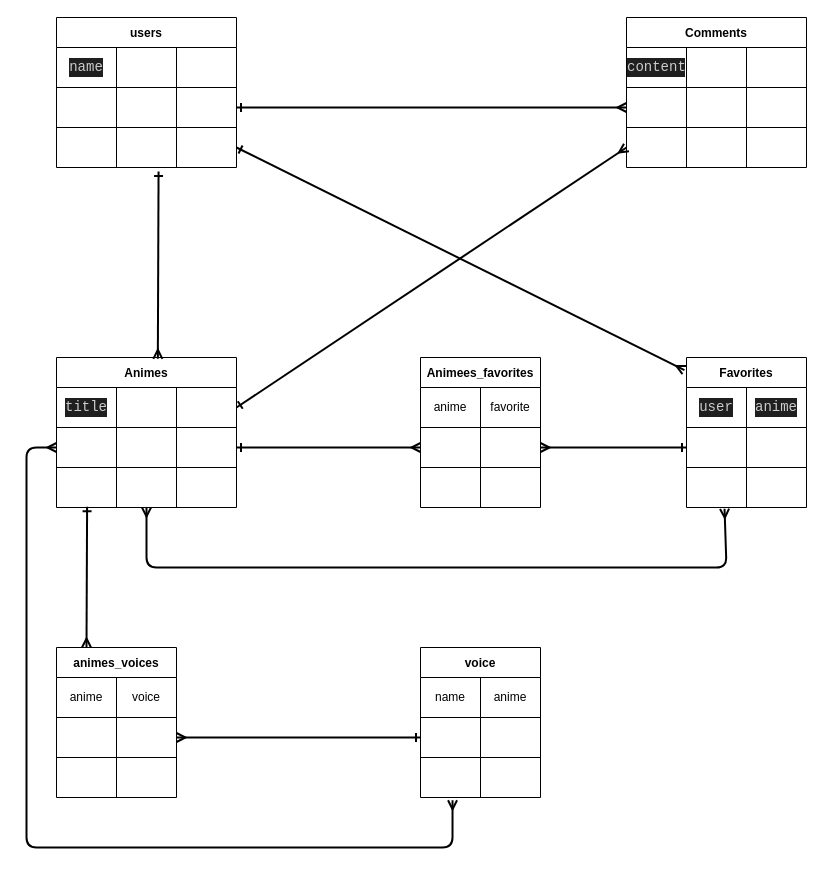
Before: ER図.dio in meccheruda/Anime_companion, a draw.io diagram. Source tidied: cells renumbered, new cells numbered last; positions are measured from the earlier drawing's top-left corner, leaving out a move shared by most shapes. Both pictures are drawn from the tidied source at 100%, with x=0, y=0 at pixel (26, 17).
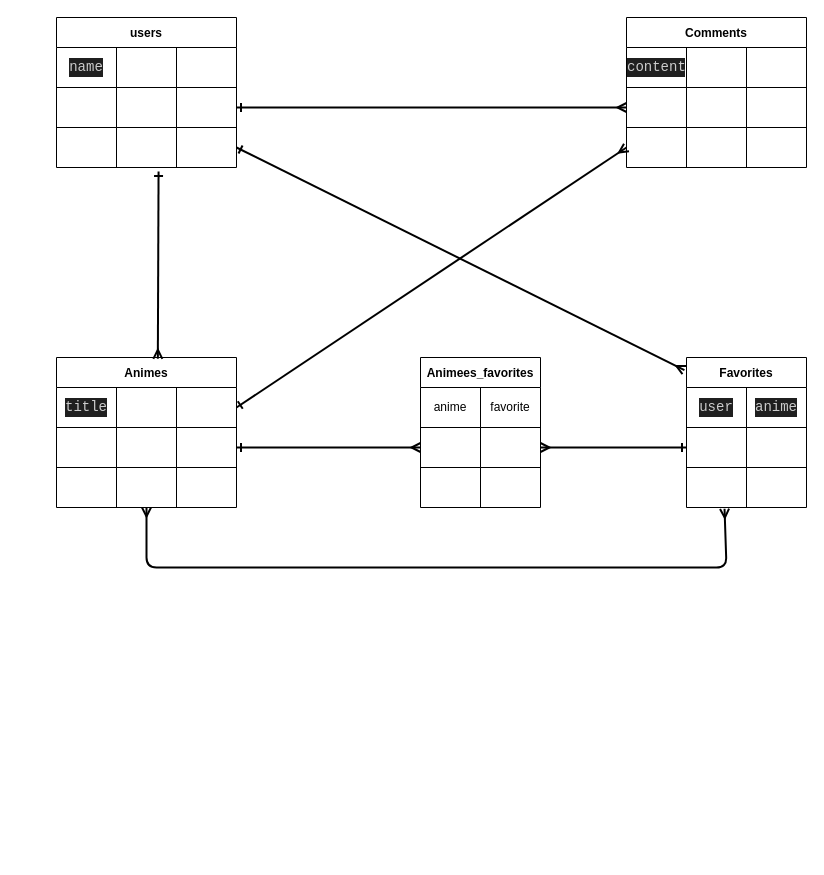
The same diagram, later.

The change refers to these unchanged cells:
```xml
<mxCell id="20" style="shape=tableRow;horizontal=0;startSize=0;swimlaneHead=0;swimlaneBody=0;top=0;left=0;bottom=0;right=0;fillColor=none;points=[[0,0.5],[1,0.5]];portConstraint=eastwest;" parent="15" vertex="1">
  <mxGeometry y="70" width="180" height="40" as="geometry" />
</mxCell>
<mxCell id="24" style="shape=tableRow;horizontal=0;startSize=0;swimlaneHead=0;swimlaneBody=0;top=0;left=0;bottom=0;right=0;fillColor=none;points=[[0,0.5],[1,0.5]];portConstraint=eastwest;" parent="15" vertex="1">
  <mxGeometry y="110" width="180" height="40" as="geometry" />
</mxCell>
```

Diff of the diagram source:
```diff
@@
-    <mxCell id="68" value="voice" style="shape=table;startSize=30;childLayout=tableLayout;fontStyle=1;align=center;" parent="1" vertex="1">
-      <mxGeometry x="394" y="630" width="120" height="150" as="geometry" />
-    </mxCell>
-    <mxCell id="69" style="shape=tableRow;horizontal=0;startSize=0;swimlaneHead=0;swimlaneBody=0;top=0;left=0;bottom=0;right=0;fillColor=none;" parent="68" vertex="1">
-      <mxGeometry y="30" width="120" height="40" as="geometry" />
-    </mxCell>
-    <mxCell id="70" value="name" style="shape=partialRectangle;html=1;whiteSpace=wrap;fillColor=none;top=0;left=0;bottom=0;right=0;overflow=hidden;" parent="69" vertex="1">
-      <mxGeometry width="60" height="40" as="geometry" />
-    </mxCell>
-    <mxCell id="71" value="anime" style="shape=partialRectangle;html=1;whiteSpace=wrap;fillColor=none;top=0;left=0;bottom=0;right=0;overflow=hidden;" parent="69" vertex="1">
-      <mxGeometry x="60" width="60" height="40" as="geometry" />
-    </mxCell>
-    <mxCell id="72" style="shape=tableRow;horizontal=0;startSize=0;swimlaneHead=0;swimlaneBody=0;top=0;left=0;bottom=0;right=0;fillColor=none;points=[[0,0.5],[1,0.5]];portConstraint=eastwest;" parent="68" vertex="1">
-      <mxGeometry y="70" width="120" height="40" as="geometry" />
-    </mxCell>
-    <mxCell id="73" style="shape=partialRectangle;html=1;whiteSpace=wrap;fillColor=none;top=0;left=0;bottom=0;right=0;overflow=hidden;" parent="72" vertex="1">
-      <mxGeometry width="60" height="40" as="geometry" />
-    </mxCell>
-    <mxCell id="74" style="shape=partialRectangle;html=1;whiteSpace=wrap;fillColor=none;top=0;left=0;bottom=0;right=0;overflow=hidden;" parent="72" vertex="1">
-      <mxGeometry x="60" width="60" height="40" as="geometry" />
-    </mxCell>
-    <mxCell id="75" style="shape=tableRow;horizontal=0;startSize=0;swimlaneHead=0;swimlaneBody=0;top=0;left=0;bottom=0;right=0;fillColor=none;points=[[0,0.5],[1,0.5]];portConstraint=eastwest;" parent="68" vertex="1">
-      <mxGeometry y="110" width="120" height="40" as="geometry" />
-    </mxCell>
-    <mxCell id="76" style="shape=partialRectangle;html=1;whiteSpace=wrap;fillColor=none;top=0;left=0;bottom=0;right=0;overflow=hidden;" parent="75" vertex="1">
-      <mxGeometry width="60" height="40" as="geometry" />
-    </mxCell>
-    <mxCell id="77" style="shape=partialRectangle;html=1;whiteSpace=wrap;fillColor=none;top=0;left=0;bottom=0;right=0;overflow=hidden;" parent="75" vertex="1">
-      <mxGeometry x="60" width="60" height="40" as="geometry" />
-    </mxCell>
-    <mxCell id="78" style="edgeStyle=none;html=1;exitX=0.25;exitY=0;exitDx=0;exitDy=0;entryX=0.17;entryY=0.983;entryDx=0;entryDy=0;entryPerimeter=0;strokeWidth=2;startArrow=ERmany;startFill=0;endArrow=ERone;endFill=0;" parent="1" edge="1" source="79" target="24">
-      <mxGeometry relative="1" as="geometry" />
-    </mxCell>
-    <mxCell id="79" value="animes_voices" style="shape=table;startSize=30;childLayout=tableLayout;fontStyle=1;align=center;" parent="1" vertex="1">
-      <mxGeometry x="30" y="630" width="120" height="150" as="geometry" />
-    </mxCell>
-    <mxCell id="80" style="shape=tableRow;horizontal=0;startSize=0;swimlaneHead=0;swimlaneBody=0;top=0;left=0;bottom=0;right=0;fillColor=none;" parent="79" vertex="1">
-      <mxGeometry y="30" width="120" height="40" as="geometry" />
-    </mxCell>
-    <mxCell id="81" value="anime" style="shape=partialRectangle;html=1;whiteSpace=wrap;fillColor=none;top=0;left=0;bottom=0;right=0;overflow=hidden;" parent="80" vertex="1">
-      <mxGeometry width="60" height="40" as="geometry" />
-    </mxCell>
-    <mxCell id="82" value="voice" style="shape=partialRectangle;html=1;whiteSpace=wrap;fillColor=none;top=0;left=0;bottom=0;right=0;overflow=hidden;" parent="80" vertex="1">
-      <mxGeometry x="60" width="60" height="40" as="geometry" />
-    </mxCell>
-    <mxCell id="83" style="shape=tableRow;horizontal=0;startSize=0;swimlaneHead=0;swimlaneBody=0;top=0;left=0;bottom=0;right=0;fillColor=none;points=[[0,0.5],[1,0.5]];portConstraint=eastwest;" parent="79" vertex="1">
-      <mxGeometry y="70" width="120" height="40" as="geometry" />
-    </mxCell>
-    <mxCell id="84" style="shape=partialRectangle;html=1;whiteSpace=wrap;fillColor=none;top=0;left=0;bottom=0;right=0;overflow=hidden;" parent="83" vertex="1">
-      <mxGeometry width="60" height="40" as="geometry" />
-    </mxCell>
-    <mxCell id="85" style="shape=partialRectangle;html=1;whiteSpace=wrap;fillColor=none;top=0;left=0;bottom=0;right=0;overflow=hidden;" parent="83" vertex="1">
-      <mxGeometry x="60" width="60" height="40" as="geometry" />
-    </mxCell>
-    <mxCell id="86" style="shape=tableRow;horizontal=0;startSize=0;swimlaneHead=0;swimlaneBody=0;top=0;left=0;bottom=0;right=0;fillColor=none;" parent="79" vertex="1">
-      <mxGeometry y="110" width="120" height="40" as="geometry" />
-    </mxCell>
-    <mxCell id="87" style="shape=partialRectangle;html=1;whiteSpace=wrap;fillColor=none;top=0;left=0;bottom=0;right=0;overflow=hidden;" parent="86" vertex="1">
-      <mxGeometry width="60" height="40" as="geometry" />
-    </mxCell>
-    <mxCell id="88" style="shape=partialRectangle;html=1;whiteSpace=wrap;fillColor=none;top=0;left=0;bottom=0;right=0;overflow=hidden;" parent="86" vertex="1">
-      <mxGeometry x="60" width="60" height="40" as="geometry" />
-    </mxCell>
-    <mxCell id="89" style="edgeStyle=none;html=1;exitX=1;exitY=0.5;exitDx=0;exitDy=0;entryX=0;entryY=0.5;entryDx=0;entryDy=0;strokeWidth=2;endArrow=ERone;endFill=0;startArrow=ERmany;startFill=0;" parent="1" edge="1" source="83" target="72">
-      <mxGeometry relative="1" as="geometry" />
-    </mxCell>
-    <mxCell id="90" style="edgeStyle=none;html=1;exitX=0.267;exitY=1.067;exitDx=0;exitDy=0;strokeWidth=2;startArrow=ERmany;startFill=0;endArrow=ERmany;endFill=0;exitPerimeter=0;entryX=0;entryY=0.5;entryDx=0;entryDy=0;" parent="1" edge="1" source="75" target="20">
-      <mxGeometry relative="1" as="geometry">
-        <Array as="points">
-          <mxPoint x="426" y="830" />
-          <mxPoint y="830" />
-          <mxPoint y="430" />
-        </Array>
-      </mxGeometry>
-    </mxCell>
```
